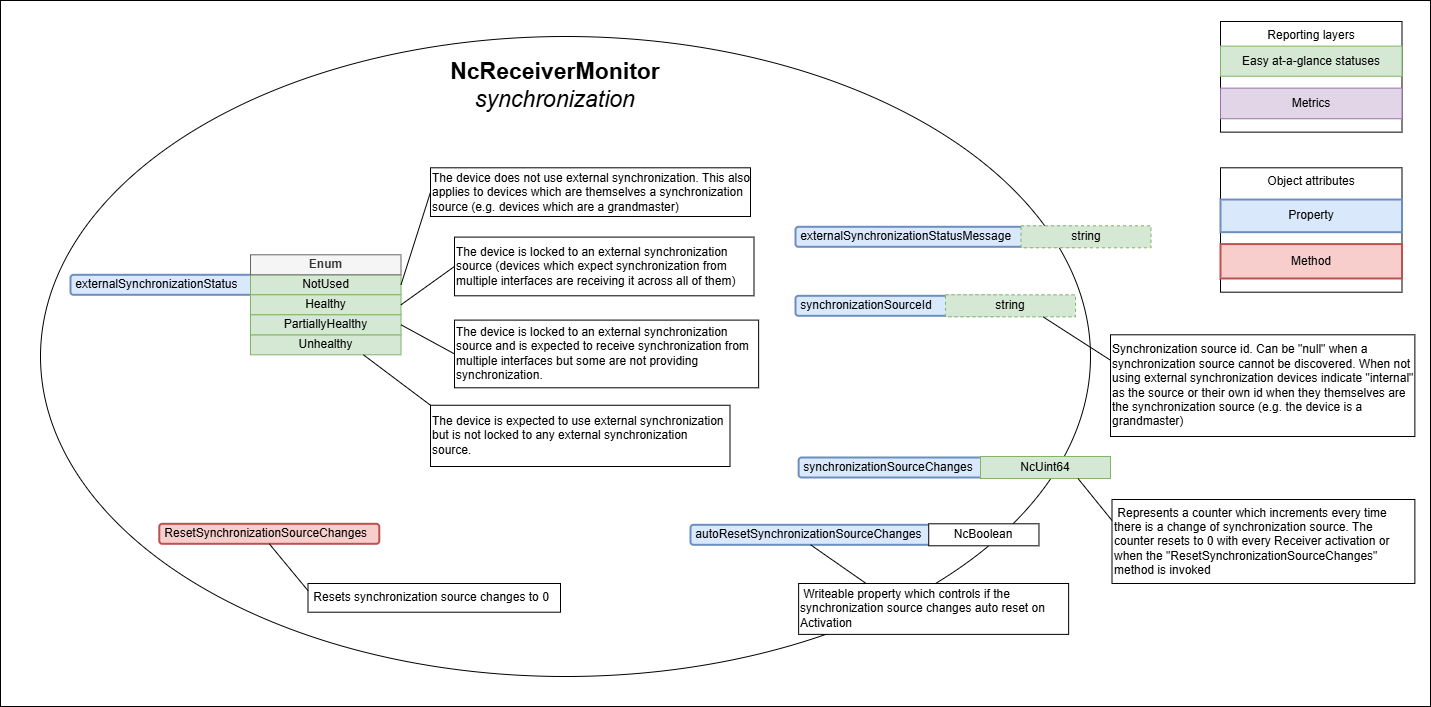
This is docs/images/receiver-model-synchronization.png from AMWA-TV/bcp-008-01, a draw.io export, as it was before one commit. Source tidied: cells renumbered, new cells last; positions are measured from the earlier drawing's top-left corner, leaving out a move shared by most shapes.
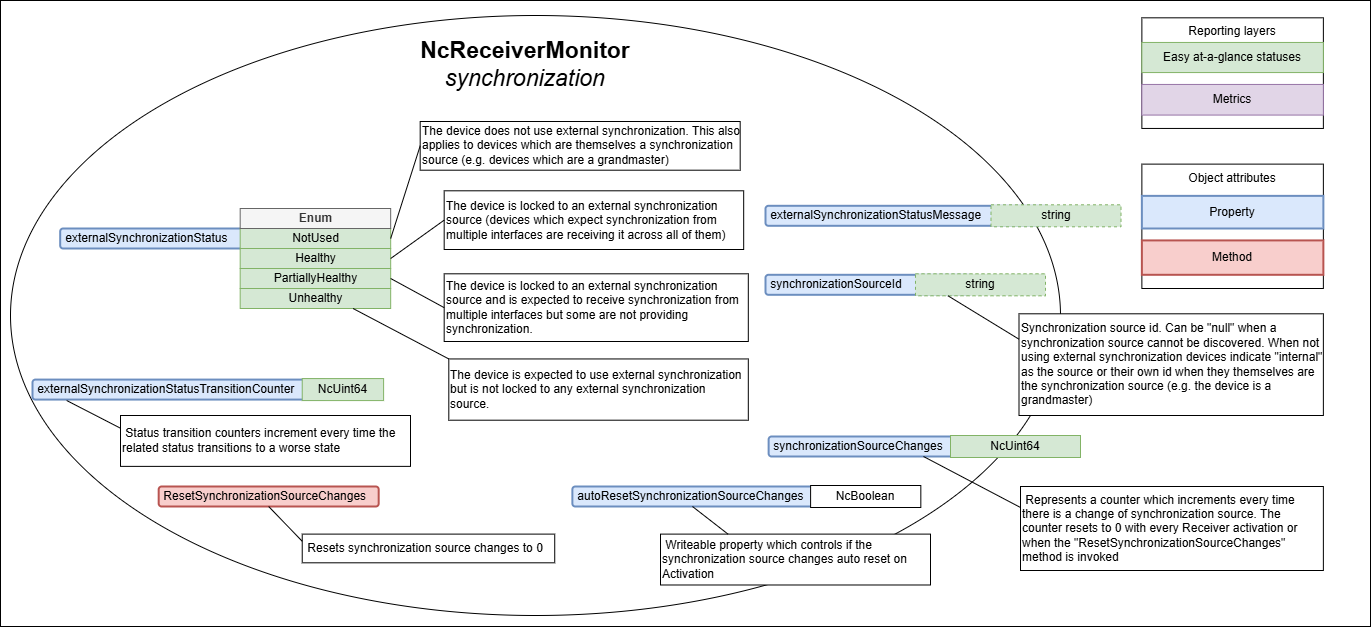
After the change.

Commit message:
Add status transition counter properties

What changed in the source:
```diff
@@ -3,85 +3,85 @@
     <mxCell id="0" />
     <mxCell id="1" parent="0" />
     <mxCell id="2" style="rounded=0;whiteSpace=wrap;html=1;" parent="1" vertex="1">
-      <mxGeometry width="1430" height="706" as="geometry" />
+      <mxGeometry width="1370" height="626" as="geometry" />
     </mxCell>
     <mxCell id="3" style="ellipse;whiteSpace=wrap;html=1;" parent="1" vertex="1">
-      <mxGeometry x="40" y="36" width="1050" height="640" as="geometry" />
+      <mxGeometry x="10" y="15" width="1050" height="600" as="geometry" />
     </mxCell>
     <mxCell id="4" value="Reporting layers" style="rounded=0;whiteSpace=wrap;html=1;horizontal=1;verticalAlign=top;" parent="1" vertex="1">
-      <mxGeometry x="1220" y="21" width="181.5" height="110.6" as="geometry" />
+      <mxGeometry x="1141.4" y="17.3" width="181.5" height="110.6" as="geometry" />
     </mxCell>
     <mxCell id="5" value="Easy at-a-glance statuses" style="rounded=0;whiteSpace=wrap;html=1;fillColor=#d5e8d4;strokeColor=#82b366;" parent="1" vertex="1">
-      <mxGeometry x="1220" y="45.6" width="181.5" height="30.1" as="geometry" />
+      <mxGeometry x="1141.4" y="42" width="181.5" height="30.1" as="geometry" />
     </mxCell>
     <mxCell id="6" value="Metrics" style="rounded=0;whiteSpace=wrap;html=1;fillColor=#e1d5e7;strokeColor=#9673a6;" parent="1" vertex="1">
-      <mxGeometry x="1220" y="87.6" width="181.5" height="30.6" as="geometry" />
+      <mxGeometry x="1141.4" y="83.9" width="181.5" height="30.6" as="geometry" />
     </mxCell>
     <mxCell id="7" value="Object attributes" style="rounded=0;whiteSpace=wrap;html=1;horizontal=1;verticalAlign=top;" parent="1" vertex="1">
-      <mxGeometry x="1220" y="167.3" width="181.5" height="124.4" as="geometry" />
+      <mxGeometry x="1141.4" y="163.6" width="181.5" height="124.4" as="geometry" />
     </mxCell>
     <mxCell id="8" value="Property" style="rounded=0;whiteSpace=wrap;html=1;fillColor=#dae8fc;strokeColor=#6c8ebf;align=center;strokeWidth=2;" parent="1" vertex="1">
-      <mxGeometry x="1220" y="199" width="181.5" height="32.6" as="geometry" />
+      <mxGeometry x="1141.4" y="195.4" width="181.5" height="32.6" as="geometry" />
     </mxCell>
     <mxCell id="9" value="Method" style="rounded=0;whiteSpace=wrap;html=1;fillColor=#f8cecc;strokeColor=#b85450;align=center;strokeWidth=2;" parent="1" vertex="1">
-      <mxGeometry x="1220" y="243.6" width="181.5" height="34.4" as="geometry" />
+      <mxGeometry x="1141.4" y="239.9" width="181.5" height="34.4" as="geometry" />
     </mxCell>
     <mxCell id="10" value="NcReceiverMonitor&lt;div&gt;&lt;span style=&quot;font-weight: normal;&quot;&gt;&lt;i&gt;synchronization&lt;/i&gt;&lt;/span&gt;&lt;/div&gt;" style="text;html=1;strokeColor=none;fillColor=none;align=center;verticalAlign=middle;whiteSpace=wrap;rounded=0;strokeWidth=1;fontSize=23;fontStyle=1;" parent="1" vertex="1">
-      <mxGeometry x="431.2" y="51.9" width="247.5" height="65.6" as="geometry" />
+      <mxGeometry x="401.2" y="30.9" width="247.5" height="65.6" as="geometry" />
     </mxCell>
     <mxCell id="11" value="&amp;nbsp;externalSynchronizationStatus" style="rounded=1;whiteSpace=wrap;html=1;align=left;fillColor=#dae8fc;strokeColor=#6c8ebf;strokeWidth=2;" parent="1" vertex="1">
-      <mxGeometry x="70" y="274.3" width="237.5" height="20" as="geometry" />
+      <mxGeometry x="59.7" y="228" width="237.5" height="20" as="geometry" />
     </mxCell>
     <mxCell id="12" value="NotUsed" style="rounded=0;whiteSpace=wrap;html=1;fillColor=#d5e8d4;strokeColor=#82b366;" parent="1" vertex="1">
-      <mxGeometry x="250" y="274.3" width="150.5" height="20" as="geometry" />
+      <mxGeometry x="239.7" y="228" width="150.5" height="20" as="geometry" />
     </mxCell>
     <mxCell id="13" value="Enum" style="rounded=0;whiteSpace=wrap;html=1;fillColor=#f5f5f5;strokeColor=#666666;fontStyle=1;fontColor=#333333;" parent="1" vertex="1">
-      <mxGeometry x="250" y="254.3" width="150.5" height="20" as="geometry" />
+      <mxGeometry x="239.7" y="208" width="150.5" height="20" as="geometry" />
     </mxCell>
     <mxCell id="14" value="Unhealthy" style="rounded=0;whiteSpace=wrap;html=1;fillColor=#d5e8d4;strokeColor=#82b366;" parent="1" vertex="1">
-      <mxGeometry x="250" y="334.3" width="150.5" height="20" as="geometry" />
+      <mxGeometry x="239.7" y="288" width="150.5" height="20" as="geometry" />
     </mxCell>
     <mxCell id="15" value="&amp;nbsp;&lt;span style=&quot;background-color: initial;&quot;&gt;synchronizationSourceId&lt;/span&gt;" style="rounded=1;whiteSpace=wrap;html=1;align=left;fillColor=#dae8fc;strokeColor=#6c8ebf;strokeWidth=2;" parent="1" vertex="1">
-      <mxGeometry x="795" y="295.3" width="206.5" height="20" as="geometry" />
+      <mxGeometry x="765" y="274.3" width="206.5" height="20" as="geometry" />
     </mxCell>
     <mxCell id="16" value="string" style="rounded=0;whiteSpace=wrap;html=1;dashed=1;fillColor=#d5e8d4;strokeColor=#82b366;" parent="1" vertex="1">
-      <mxGeometry x="945" y="294.3" width="130" height="22" as="geometry" />
+      <mxGeometry x="915" y="273.3" width="130" height="22" as="geometry" />
     </mxCell>
     <mxCell id="17" value="The device is locked to an external&amp;nbsp;&lt;span style=&quot;background-color: initial;&quot;&gt;synchronization source&amp;nbsp;&lt;/span&gt;(devices which expect synchronization from multiple interfaces are receiving it across all of them)" style="text;html=1;strokeColor=default;fillColor=default;align=left;verticalAlign=middle;whiteSpace=wrap;rounded=0;" parent="1" vertex="1">
-      <mxGeometry x="454" y="236.6" width="299.5" height="58.7" as="geometry" />
+      <mxGeometry x="443.7" y="190.3" width="299.5" height="58.7" as="geometry" />
     </mxCell>
     <mxCell id="18" value="Healthy" style="rounded=0;whiteSpace=wrap;html=1;fillColor=#d5e8d4;strokeColor=#82b366;" parent="1" vertex="1">
-      <mxGeometry x="250" y="294.3" width="150.5" height="20" as="geometry" />
+      <mxGeometry x="239.7" y="248" width="150.5" height="20" as="geometry" />
     </mxCell>
     <mxCell id="19" value="Synchronization source id. Can be &quot;null&quot; when a synchronization source cannot be discovered. When not using external synchronization devices indicate &quot;internal&quot; as the source or their own id when they themselves are the synchronization source (e.g. the device is a grandmaster)" style="text;html=1;strokeColor=default;fillColor=default;align=left;verticalAlign=middle;whiteSpace=wrap;rounded=0;" parent="1" vertex="1">
-      <mxGeometry x="1110" y="334.3" width="304.4" height="101.7" as="geometry" />
+      <mxGeometry x="1018.5" y="313.3" width="304.4" height="101.7" as="geometry" />
     </mxCell>
-    <mxCell id="20" style="endArrow=none;html=1;rounded=0;entryX=0;entryY=0.25;entryDx=0;entryDy=0;exitX=0.75;exitY=1;exitDx=0;exitDy=0;" parent="1" edge="1" source="16" target="19">
+    <mxCell id="20" style="endArrow=none;html=1;rounded=0;entryX=0;entryY=0.25;entryDx=0;entryDy=0;exitX=0.25;exitY=1;exitDx=0;exitDy=0;" parent="1" edge="1" source="16" target="19">
       <mxGeometry relative="1" as="geometry" />
     </mxCell>
     <mxCell id="21" value="The device does not use external synchronization. This also applies to devices which are themselves a synchronization source (e.g. devices which are a grandmaster)" style="text;html=1;strokeColor=default;fillColor=default;align=left;verticalAlign=middle;whiteSpace=wrap;rounded=0;" parent="1" vertex="1">
-      <mxGeometry x="430" y="167.3" width="320" height="48.7" as="geometry" />
+      <mxGeometry x="419.7" y="121" width="320" height="48.7" as="geometry" />
     </mxCell>
     <mxCell id="22" style="endArrow=none;html=1;rounded=0;entryX=0;entryY=0.5;entryDx=0;entryDy=0;exitX=1;exitY=0.5;exitDx=0;exitDy=0;" parent="1" edge="1" source="12" target="21">
       <mxGeometry relative="1" as="geometry" />
     </mxCell>
     <mxCell id="23" value="The device is expected to use external synchronization but is not locked to any external synchronization source." style="text;html=1;strokeColor=default;fillColor=default;align=left;verticalAlign=middle;whiteSpace=wrap;rounded=0;" parent="1" vertex="1">
-      <mxGeometry x="430" y="404.8" width="299.5" height="61.2" as="geometry" />
+      <mxGeometry x="448.3" y="358.5" width="299.5" height="61.2" as="geometry" />
     </mxCell>
     <mxCell id="24" style="endArrow=none;html=1;rounded=0;entryX=0;entryY=0;entryDx=0;entryDy=0;exitX=0.75;exitY=1;exitDx=0;exitDy=0;" parent="1" edge="1" source="14" target="23">
       <mxGeometry relative="1" as="geometry" />
     </mxCell>
     <mxCell id="25" value="The device is locked to an external synchronization source and is expected to receive synchronization from multiple interfaces but some are not providing synchronization." style="text;html=1;strokeColor=default;fillColor=default;align=left;verticalAlign=middle;whiteSpace=wrap;rounded=0;" parent="1" vertex="1">
-      <mxGeometry x="454" y="319.6" width="304.1" height="67.7" as="geometry" />
+      <mxGeometry x="443.7" y="273.3" width="304.1" height="67.7" as="geometry" />
     </mxCell>
     <mxCell id="26" value="PartiallyHealthy" style="rounded=0;whiteSpace=wrap;html=1;fillColor=#d5e8d4;strokeColor=#82b366;" parent="1" vertex="1">
-      <mxGeometry x="250" y="314.3" width="150.5" height="20" as="geometry" />
+      <mxGeometry x="239.7" y="268" width="150.5" height="20" as="geometry" />
     </mxCell>
     <mxCell id="27" value="&amp;nbsp;externalSynchronizationStatusMessage" style="rounded=1;whiteSpace=wrap;html=1;align=left;fillColor=#dae8fc;strokeColor=#6c8ebf;strokeWidth=2;" parent="1" vertex="1">
-      <mxGeometry x="795" y="226.3" width="283" height="20" as="geometry" />
+      <mxGeometry x="765" y="205.3" width="283" height="20" as="geometry" />
     </mxCell>
     <mxCell id="28" value="string" style="rounded=0;whiteSpace=wrap;html=1;dashed=1;fillColor=#d5e8d4;strokeColor=#82b366;" parent="1" vertex="1">
-      <mxGeometry x="1020.5" y="225.3" width="130" height="22" as="geometry" />
+      <mxGeometry x="990.5" y="204.3" width="130" height="22" as="geometry" />
     </mxCell>
     <mxCell id="29" style="endArrow=none;html=1;rounded=0;entryX=0;entryY=0.5;entryDx=0;entryDy=0;exitX=1;exitY=0.5;exitDx=0;exitDy=0;" parent="1" edge="1" source="26" target="25">
       <mxGeometry relative="1" as="geometry" />
@@ -90,37 +90,49 @@
       <mxGeometry relative="1" as="geometry" />
     </mxCell>
     <mxCell id="31" value="&amp;nbsp;ResetSynchronizationSourceChanges" style="rounded=1;whiteSpace=wrap;html=1;align=left;fillColor=#f8cecc;strokeColor=#b85450;strokeWidth=2;" parent="1" vertex="1">
-      <mxGeometry x="158.8" y="523.3" width="220" height="20" as="geometry" />
+      <mxGeometry x="158.2" y="486" width="220" height="20" as="geometry" />
     </mxCell>
     <mxCell id="32" value="&amp;nbsp;Resets synchronization source changes to 0" style="text;html=1;strokeColor=default;fillColor=default;align=left;verticalAlign=middle;whiteSpace=wrap;rounded=0;" parent="1" vertex="1">
-      <mxGeometry x="307.5" y="583" width="252.5" height="28.7" as="geometry" />
+      <mxGeometry x="301.7" y="533.6" width="252.5" height="28.7" as="geometry" />
     </mxCell>
     <mxCell id="33" style="endArrow=none;html=1;rounded=0;entryX=0;entryY=0.25;entryDx=0;entryDy=0;exitX=0.5;exitY=1;exitDx=0;exitDy=0;" parent="1" edge="1" source="31" target="32">
       <mxGeometry relative="1" as="geometry" />
     </mxCell>
     <mxCell id="34" value="&amp;nbsp;synchronizationSourceChanges" style="rounded=1;whiteSpace=wrap;html=1;align=left;fillColor=#dae8fc;strokeColor=#6c8ebf;strokeWidth=2;" parent="1" vertex="1">
-      <mxGeometry x="798.1" y="457" width="206.5" height="20" as="geometry" />
+      <mxGeometry x="768.1" y="436" width="206.5" height="20" as="geometry" />
     </mxCell>
     <mxCell id="35" value="NcUint64" style="rounded=0;whiteSpace=wrap;html=1;fillColor=#d5e8d4;strokeColor=#82b366;" parent="1" vertex="1">
-      <mxGeometry x="980" y="456" width="130" height="22" as="geometry" />
+      <mxGeometry x="950" y="435" width="130" height="22" as="geometry" />
     </mxCell>
     <mxCell id="36" value="&amp;nbsp;Represents a counter which increments every time there is a change of synchronization source. The counter resets to 0 with every Receiver activation or when the &quot;ResetSynchronizationSourceChanges&quot; method is invoked" style="text;html=1;strokeColor=default;fillColor=default;align=left;verticalAlign=middle;whiteSpace=wrap;rounded=0;" parent="1" vertex="1">
-      <mxGeometry x="1111.5" y="499" width="302.9" height="84" as="geometry" />
+      <mxGeometry x="1020" y="486" width="302.9" height="84" as="geometry" />
     </mxCell>
-    <mxCell id="37" style="endArrow=none;html=1;rounded=0;entryX=0;entryY=0.25;entryDx=0;entryDy=0;exitX=0.75;exitY=1;exitDx=0;exitDy=0;" parent="1" edge="1" source="35" target="36">
+    <mxCell id="37" style="endArrow=none;html=1;rounded=0;entryX=0;entryY=0.25;entryDx=0;entryDy=0;exitX=0.75;exitY=1;exitDx=0;exitDy=0;" parent="1" edge="1" source="34" target="36">
       <mxGeometry relative="1" as="geometry" />
     </mxCell>
     <mxCell id="38" value="&amp;nbsp;autoResetSynchronizationSourceChanges" style="rounded=1;whiteSpace=wrap;html=1;align=left;fillColor=#dae8fc;strokeColor=#6c8ebf;strokeWidth=2;" parent="1" vertex="1">
-      <mxGeometry x="690" y="524.3" width="240.2" height="20" as="geometry" />
+      <mxGeometry x="571.9" y="486" width="240.2" height="20" as="geometry" />
     </mxCell>
     <mxCell id="39" value="NcBoolean" style="rounded=0;whiteSpace=wrap;html=1;" parent="1" vertex="1">
-      <mxGeometry x="928.2" y="523.3" width="110.2" height="22" as="geometry" />
+      <mxGeometry x="810.1" y="485" width="110.2" height="22" as="geometry" />
     </mxCell>
     <mxCell id="40" value="&amp;nbsp;Writeable property which controls if the synchronization source changes auto reset on Activation" style="text;html=1;strokeColor=default;fillColor=default;align=left;verticalAlign=middle;whiteSpace=wrap;rounded=0;" parent="1" vertex="1">
-      <mxGeometry x="798.1" y="583" width="270" height="50.9" as="geometry" />
+      <mxGeometry x="660" y="533.6" width="270" height="50.9" as="geometry" />
     </mxCell>
     <mxCell id="41" style="endArrow=none;html=1;rounded=0;entryX=0.25;entryY=0;entryDx=0;entryDy=0;exitX=0.5;exitY=1;exitDx=0;exitDy=0;" parent="1" edge="1" source="38" target="40">
       <mxGeometry relative="1" as="geometry" />
     </mxCell>
+    <mxCell id="42" value="&amp;nbsp;externalSynchronizationStatusTransitionCounter" style="rounded=1;whiteSpace=wrap;html=1;align=left;fillColor=#dae8fc;strokeColor=#6c8ebf;strokeWidth=2;" parent="1" vertex="1">
+      <mxGeometry x="32" y="379.1" width="294.4" height="20" as="geometry" />
+    </mxCell>
+    <mxCell id="43" value="NcUint64" style="rounded=0;whiteSpace=wrap;html=1;fillColor=#d5e8d4;strokeColor=#82b366;" parent="1" vertex="1">
+      <mxGeometry x="301.7" y="378.1" width="81.4" height="22" as="geometry" />
+    </mxCell>
+    <mxCell id="44" value="&amp;nbsp;Status transition counters increment every time the related status transitions to a worse state" style="text;html=1;strokeColor=default;fillColor=default;align=left;verticalAlign=middle;whiteSpace=wrap;rounded=0;" parent="1" vertex="1">
+      <mxGeometry x="120" y="415" width="290" height="50.9" as="geometry" />
+    </mxCell>
+    <mxCell id="45" style="endArrow=none;html=1;rounded=0;entryX=0;entryY=0.25;entryDx=0;entryDy=0;exitX=0.116;exitY=1.046;exitDx=0;exitDy=0;exitPerimeter=0;" parent="1" edge="1" source="42" target="44">
+      <mxGeometry relative="1" as="geometry" />
+    </mxCell>
   </root>
 </mxGraphModel>
```
